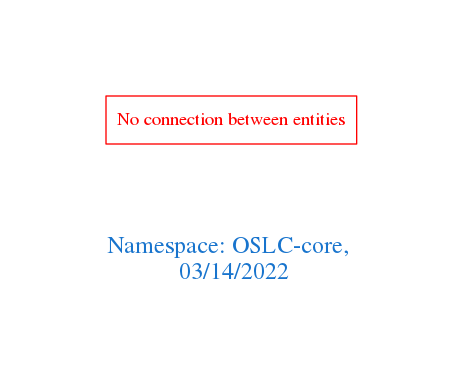
Above: downloads/OSLC-core.png in arago/OGIT (Graphviz), before the change. Its source is kept beside it as downloads/OSLC-core.dot.
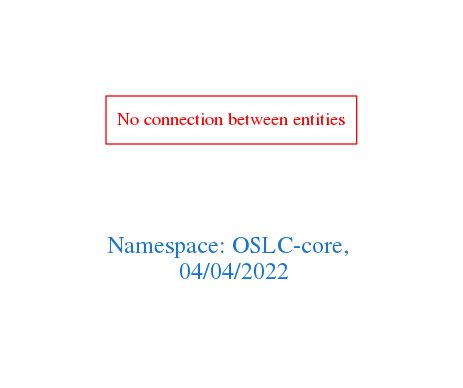
Above is the later version.

Diff of the diagram source:
```diff
@@ -1,7 +1,7 @@
 digraph OGIT_ontology {
  graph [ rankdir= LR,pad=1
 fontsize = 18,
-fontcolor= dodgerblue3,label = "\n\n\nNamespace: OSLC-core, \n 03/14/2022"];
+fontcolor= dodgerblue3,label = "\n\n\nNamespace: OSLC-core, \n 04/04/2022"];
 node[shape=polygon];
 edge [  color="gray81"];
 
```
